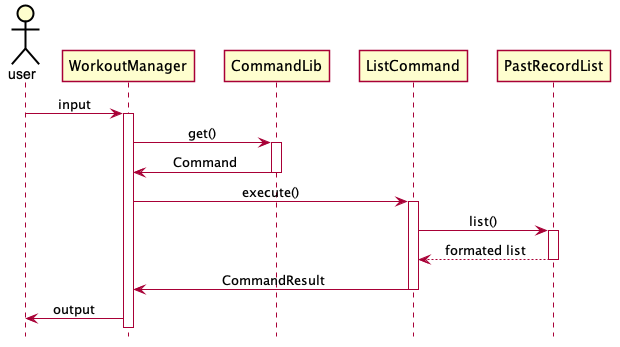
zsk612/tp keeps this PlantUML diagram as docs/pictures/zesong/ListWS.png. Above is the earlier version.
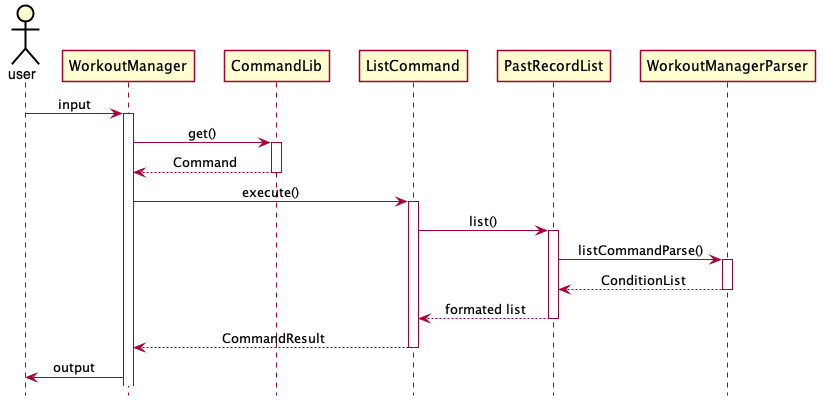
The same file after the commit.

The edit, as a diff of the source:
```diff
@@ -46,7 +46,7 @@
 
 WorkoutManager -> CommandLib : get()
 activate CommandLib
-CommandLib -> WorkoutManager : Command
+CommandLib --> WorkoutManager : Command
 deactivate CommandLib
 
 WorkoutManager -> ListCommand : execute()
@@ -54,10 +54,14 @@
 
 ListCommand -> PastRecordList : list()
 activate PastRecordList
+PastRecordList -> WorkoutManagerParser: listCommandParse()
+activate WorkoutManagerParser
+WorkoutManagerParser --> PastRecordList: ConditionList
+deactivate WorkoutManagerParser
 PastRecordList --> ListCommand : formated list
 deactivate PastRecordList
 
-ListCommand -> WorkoutManager : CommandResult
+ListCommand --> WorkoutManager : CommandResult
 deactivate ListCommand
 
 WorkoutManager ->  user : output
```
